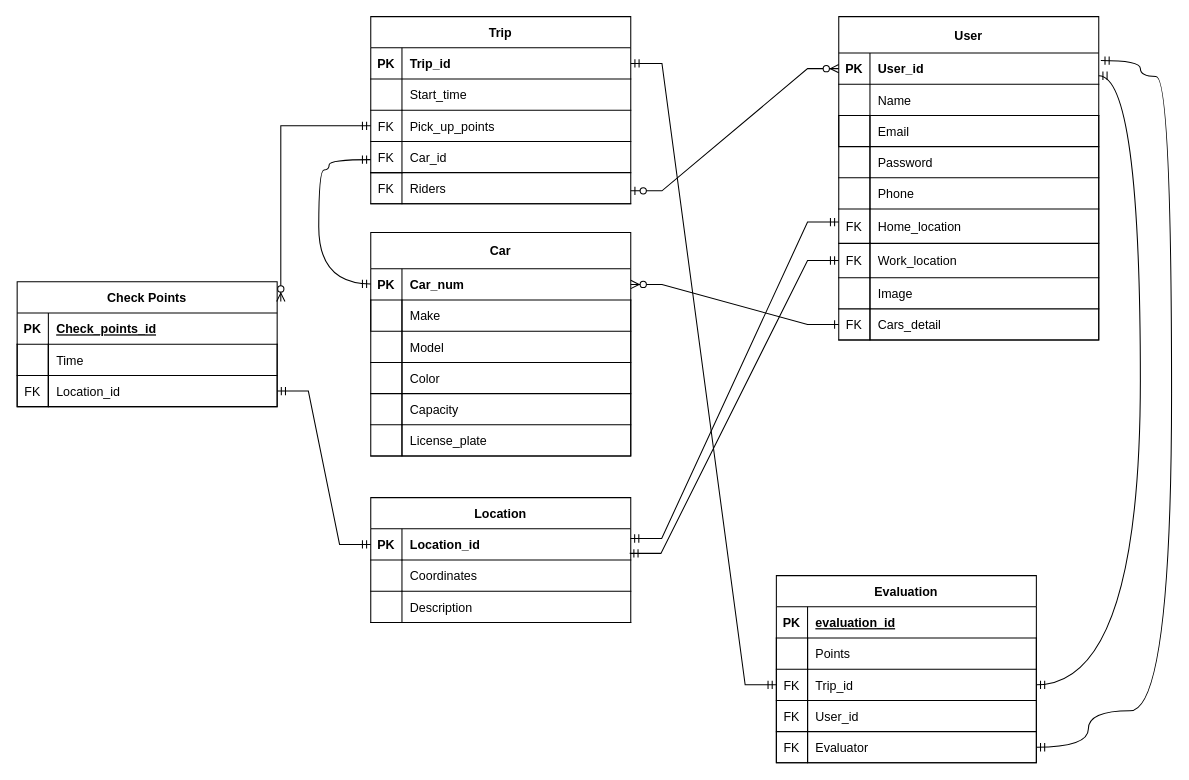
Above: carpool.drawio in anwar1434/fastApi (draw.io), before the change. Source tidied: cells renumbered, new cells numbered last; positions are measured from the earlier drawing's top-left corner, leaving out a move shared by most shapes. Both pictures are drawn from the tidied source at 104%, with x=0, y=0 at pixel (17, 16).
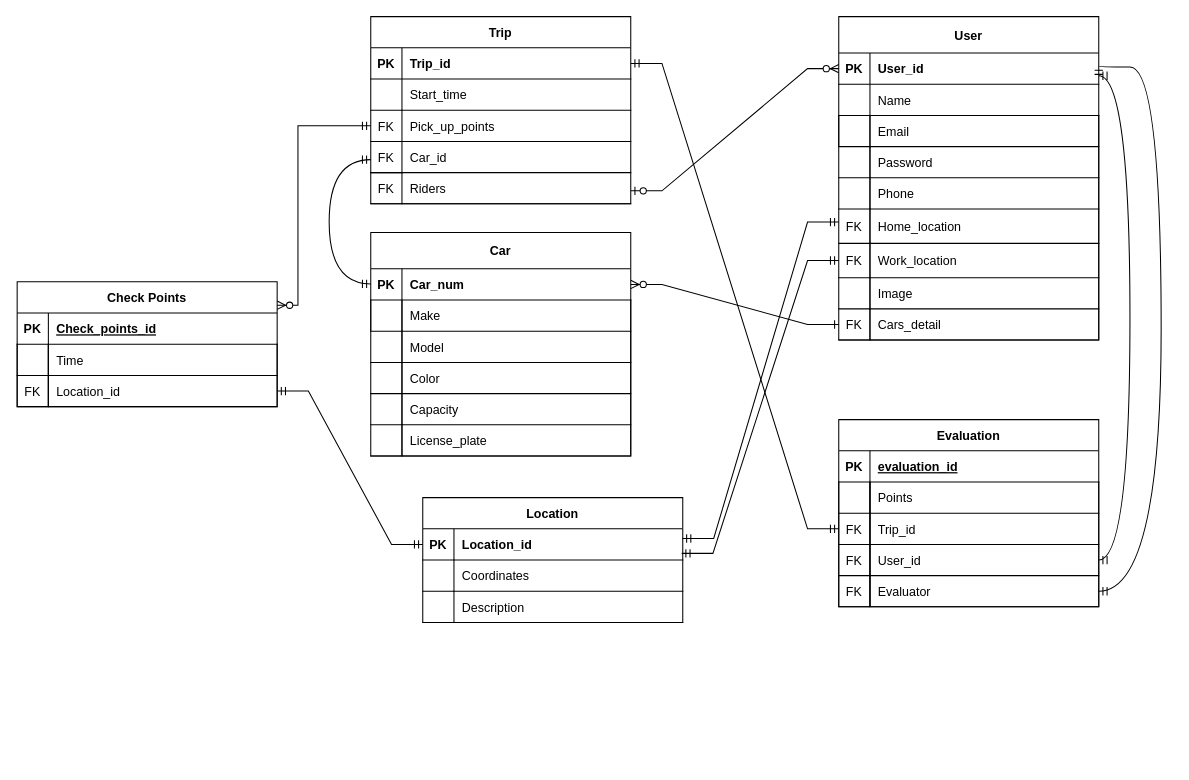
After the change.

Unchanged cells that the change refers to:
```xml
<mxCell id="2" value="Check Points" style="shape=table;startSize=30;childLayout=tableLayout;rowLines=0;fontStyle=1;align=center;" parent="1" vertex="1">
  <mxGeometry y="255.5" width="250" height="120" as="geometry" />
</mxCell>
<mxCell id="45" style="shape=partialRectangle;fillColor=none;points=[[0,0.5],[1,0.5]];portConstraint=eastwest;top=0;left=0;right=0;bottom=0;" parent="38" vertex="1">
  <mxGeometry y="90" width="250" height="30" as="geometry" />
</mxCell>
<mxCell id="62" style="shape=partialRectangle;fillColor=none;points=[[0,0.5],[1,0.5]];portConstraint=eastwest;top=0;left=0;right=0;bottom=0;" parent="55" vertex="1">
  <mxGeometry y="90" width="250" height="30" as="geometry" />
</mxCell>
<mxCell id="65" style="shape=partialRectangle;fillColor=none;points=[[0,0.5],[1,0.5]];portConstraint=eastwest;top=0;left=0;right=0;bottom=0;" parent="55" vertex="1">
  <mxGeometry y="120" width="250" height="30" as="geometry" />
</mxCell>
<mxCell id="68" style="shape=partialRectangle;fillColor=none;points=[[0,0.5],[1,0.5]];portConstraint=eastwest;top=0;left=0;right=0;bottom=0;" parent="55" vertex="1">
  <mxGeometry y="150" width="250" height="30" as="geometry" />
</mxCell>
<mxCell id="82" style="shape=partialRectangle;fillColor=none;points=[[0,0.5],[1,0.5]];portConstraint=eastwest;top=0;left=0;right=0;bottom=1;" parent="81" vertex="1">
  <mxGeometry y="35" width="250" height="30" as="geometry" />
</mxCell>
```

Change to the diagram source:
```diff
@@
     <mxCell id="55" value="Evaluation" style="shape=table;startSize=30;childLayout=tableLayout;rowLines=0;fontStyle=1;align=center;" parent="1" vertex="1">
-      <mxGeometry x="730" y="538" width="250" height="180" as="geometry" />
+      <mxGeometry x="790" y="388" width="250" height="180" as="geometry" />
     </mxCell>
@@
     <mxCell id="71" value="Location" style="shape=table;startSize=30;childLayout=tableLayout;rowLines=0;fontStyle=1;align=center;" parent="1" vertex="1">
-      <mxGeometry x="340" y="463" width="250" height="120" as="geometry" />
+      <mxGeometry x="390" y="463" width="250" height="120" as="geometry" />
     </mxCell>
@@
     <mxCell id="112" style="edgeStyle=orthogonalEdgeStyle;fontSize=12;html=1;endArrow=ERmandOne;startArrow=ERmandOne;rounded=0;elbow=vertical;exitX=-0.01;exitY=0.814;exitDx=0;exitDy=0;exitPerimeter=0;curved=1;" parent="1" edge="1">
       <mxGeometry relative="1" as="geometry">
         <mxPoint x="340" y="257.5" as="sourcePoint" />
         <mxPoint x="340" y="138" as="targetPoint" />
         <Array as="points">
-          <mxPoint x="290" y="258" />
-          <mxPoint x="290" y="148" />
-          <mxPoint x="300" y="148" />
+          <mxPoint x="300" y="258" />
           <mxPoint x="300" y="138" />
         </Array>
       </mxGeometry>
     </mxCell>
-    <mxCell id="113" style="edgeStyle=orthogonalEdgeStyle;fontSize=12;html=1;endArrow=ERzeroToMany;startArrow=ERmandOne;rounded=0;elbow=vertical;exitX=0;exitY=0.5;exitDx=0;exitDy=0;entryX=1.014;entryY=0.157;entryDx=0;entryDy=0;entryPerimeter=0;" parent="1" edge="1" source="45" target="2">
-      <mxGeometry relative="1" as="geometry" />
+    <mxCell id="113" style="edgeStyle=orthogonalEdgeStyle;fontSize=12;html=1;endArrow=ERzeroToMany;startArrow=ERmandOne;rounded=0;elbow=vertical;exitX=0;exitY=0.5;exitDx=0;exitDy=0;" parent="1" edge="1" source="45">
+      <mxGeometry relative="1" as="geometry">
+        <mxPoint x="250" y="278" as="targetPoint" />
+        <Array as="points">
+          <mxPoint x="270" y="105" />
+          <mxPoint x="270" y="278" />
+        </Array>
+      </mxGeometry>
     </mxCell>
@@
-    <mxCell id="116" style="fontSize=12;html=1;endArrow=ERmandOne;startArrow=ERmandOne;rounded=0;exitX=1;exitY=0.728;exitDx=0;exitDy=0;edgeStyle=orthogonalEdgeStyle;curved=1;exitPerimeter=0;entryX=1;entryY=0.5;entryDx=0;entryDy=0;" parent="1" edge="1" source="82" target="62">
+    <mxCell id="116" style="fontSize=12;html=1;endArrow=ERmandOne;startArrow=ERmandOne;rounded=0;exitX=1;exitY=0.728;exitDx=0;exitDy=0;edgeStyle=orthogonalEdgeStyle;curved=1;exitPerimeter=0;entryX=1;entryY=0.5;entryDx=0;entryDy=0;" parent="1" edge="1" source="82" target="65">
       <mxGeometry relative="1" as="geometry">
         <Array as="points">
-          <mxPoint x="1080" y="57" />
-          <mxPoint x="1080" y="643" />
+          <mxPoint x="1070" y="57" />
+          <mxPoint x="1070" y="523" />
         </Array>
       </mxGeometry>
     </mxCell>
-    <mxCell id="117" style="fontSize=12;html=1;endArrow=ERmandOne;startArrow=ERmandOne;rounded=0;edgeStyle=orthogonalEdgeStyle;curved=1;entryX=1;entryY=0.5;entryDx=0;entryDy=0;exitX=1.008;exitY=0.241;exitDx=0;exitDy=0;exitPerimeter=0;" parent="1" edge="1" source="82" target="68">
+    <mxCell id="117" style="fontSize=12;html=1;endArrow=ERmandOne;startArrow=ERmandOne;rounded=0;edgeStyle=orthogonalEdgeStyle;curved=1;entryX=1;entryY=0.5;entryDx=0;entryDy=0;" parent="1" edge="1" target="68">
       <mxGeometry relative="1" as="geometry">
+        <mxPoint x="1040" y="48" as="sourcePoint" />
         <Array as="points">
-          <mxPoint x="1080" y="43" />
-          <mxPoint x="1080" y="58" />
-          <mxPoint x="1110" y="58" />
-          <mxPoint x="1110" y="668" />
-          <mxPoint x="1030" y="668" />
+          <mxPoint x="1100" y="49" />
+          <mxPoint x="1100" y="553" />
         </Array>
       </mxGeometry>
     </mxCell>
```
